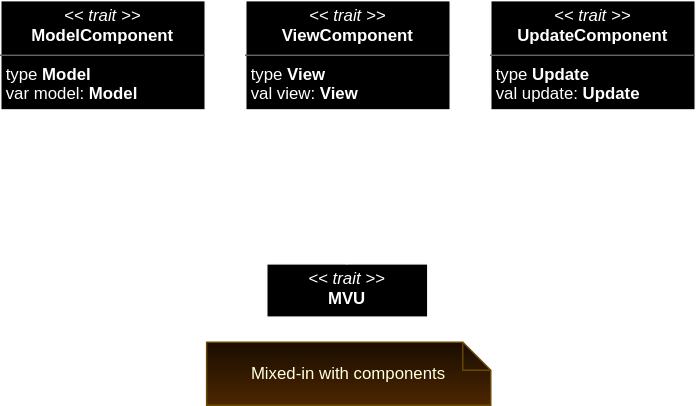
Before: doc/diagrams/mvu/mvu-detailed.svg, a diagram exported from draw.io (Mala1180/PPS-22-satify). Source tidied: cells renumbered, new cells last; positions are measured from the earlier drawing's top-left corner, leaving out a move shared by most shapes. The source it was exported from:
```xml
<mxGraphModel>
  <root>
    <mxCell id="0" />
    <mxCell id="1" parent="0" />
    <mxCell id="2" value="&lt;p style=&quot;margin:0px;margin-top:4px;text-align:center;&quot;&gt;&lt;i&gt;&amp;lt;&amp;lt; trait &amp;gt;&amp;gt;&lt;/i&gt;&lt;br&gt;&lt;b&gt;ModelComponent&lt;/b&gt;&lt;br&gt;&lt;/p&gt;&lt;hr size=&quot;1&quot;&gt;&lt;p style=&quot;margin:0px;margin-left:4px;&quot;&gt;type &lt;b&gt;Model&lt;/b&gt;&lt;/p&gt;&lt;p style=&quot;margin:0px;margin-left:4px;&quot;&gt;var model: &lt;b&gt;Model&lt;/b&gt;&lt;/p&gt;" style="verticalAlign=top;align=left;overflow=fill;fontSize=12;fontFamily=Helvetica;html=1;whiteSpace=wrap;" parent="1" vertex="1">
      <mxGeometry width="146" height="78" as="geometry" />
    </mxCell>
    <mxCell id="3" value="&lt;p style=&quot;margin:0px;margin-top:4px;text-align:center;&quot;&gt;&lt;i&gt;&amp;lt;&amp;lt; trait &amp;gt;&amp;gt;&lt;/i&gt;&lt;br&gt;&lt;b&gt;ViewComponent&lt;/b&gt;&lt;br&gt;&lt;/p&gt;&lt;hr size=&quot;1&quot;&gt;&lt;p style=&quot;margin:0px;margin-left:4px;&quot;&gt;type &lt;b&gt;View&lt;/b&gt;&lt;/p&gt;&lt;p style=&quot;margin:0px;margin-left:4px;&quot;&gt;val view: &lt;b&gt;View&lt;/b&gt;&lt;/p&gt;" style="verticalAlign=top;align=left;overflow=fill;fontSize=12;fontFamily=Helvetica;html=1;whiteSpace=wrap;" parent="1" vertex="1">
      <mxGeometry x="175" width="146" height="78" as="geometry" />
    </mxCell>
    <mxCell id="4" value="&lt;p style=&quot;margin:0px;margin-top:4px;text-align:center;&quot;&gt;&lt;i&gt;&amp;lt;&amp;lt; trait &amp;gt;&amp;gt;&lt;/i&gt;&lt;br&gt;&lt;b&gt;UpdateComponent&lt;/b&gt;&lt;br&gt;&lt;/p&gt;&lt;hr size=&quot;1&quot;&gt;&lt;p style=&quot;margin:0px;margin-left:4px;&quot;&gt;type &lt;b&gt;Update&lt;/b&gt;&lt;/p&gt;&lt;p style=&quot;margin:0px;margin-left:4px;&quot;&gt;val update: &lt;b&gt;Update&lt;/b&gt;&lt;/p&gt;" style="verticalAlign=top;align=left;overflow=fill;fontSize=12;fontFamily=Helvetica;html=1;whiteSpace=wrap;" parent="1" vertex="1">
      <mxGeometry x="350" width="146" height="78" as="geometry" />
    </mxCell>
    <mxCell id="5" value="&lt;p style=&quot;margin:0px;margin-top:4px;text-align:center;&quot;&gt;&lt;i&gt;&amp;lt;&amp;lt; trait &amp;gt;&amp;gt;&lt;/i&gt;&lt;br&gt;&lt;b&gt;MVU&lt;/b&gt;&lt;br&gt;&lt;/p&gt;&lt;p style=&quot;margin:0px;margin-left:4px;&quot;&gt;&lt;br&gt;&lt;/p&gt;" style="verticalAlign=top;align=left;overflow=fill;fontSize=12;fontFamily=Helvetica;html=1;whiteSpace=wrap;" parent="1" vertex="1">
      <mxGeometry x="190" y="188" width="115" height="38" as="geometry" />
    </mxCell>
    <mxCell id="6" style="endArrow=block;endSize=16;endFill=0;html=1;rounded=0;exitX=0.5;exitY=0;exitDx=0;exitDy=0;entryX=0.5;entryY=1;entryDx=0;entryDy=0;fontFamily=Helvetica;" parent="1" edge="1" source="5" target="3">
      <mxGeometry relative="1" as="geometry" />
    </mxCell>
    <mxCell id="7" style="endArrow=block;endSize=16;endFill=0;html=1;rounded=0;entryX=0.5;entryY=1;entryDx=0;entryDy=0;exitX=0.5;exitY=0;exitDx=0;exitDy=0;fontFamily=Helvetica;" parent="1" edge="1" source="5" target="2">
      <mxGeometry relative="1" as="geometry" />
    </mxCell>
    <mxCell id="8" style="endArrow=block;endSize=16;endFill=0;html=1;rounded=0;entryX=0.5;entryY=1;entryDx=0;entryDy=0;exitX=0.5;exitY=0;exitDx=0;exitDy=0;fontFamily=Helvetica;" parent="1" edge="1" source="5" target="4">
      <mxGeometry relative="1" as="geometry" />
    </mxCell>
    <mxCell id="9" value="Mixed-in with components" style="shape=note;size=20;whiteSpace=wrap;html=1;fillColor=#fff2cc;strokeColor=#d6b656;gradientColor=#ffd966;fontFamily=Helvetica;" parent="1" vertex="1">
      <mxGeometry x="147" y="244" width="203" height="45" as="geometry" />
    </mxCell>
  </root>
</mxGraphModel>
```
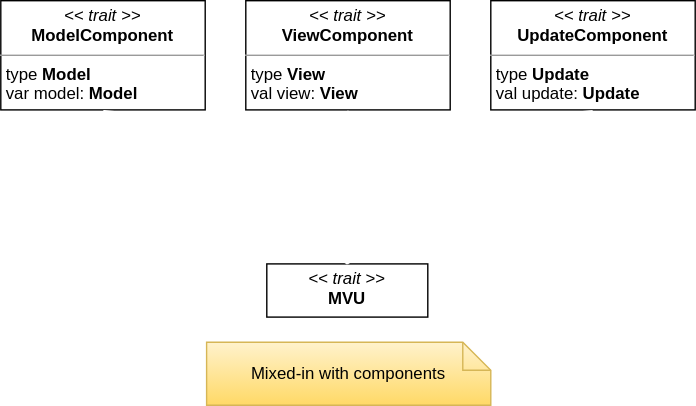
The same diagram one commit later.

Commit message:
docs: modify mvu detailed svg

The edit, as a diff of the source:
```diff
@@ -2,28 +2,28 @@
   <root>
     <mxCell id="0" />
     <mxCell id="1" parent="0" />
-    <mxCell id="2" value="&lt;p style=&quot;margin:0px;margin-top:4px;text-align:center;&quot;&gt;&lt;i&gt;&amp;lt;&amp;lt; trait &amp;gt;&amp;gt;&lt;/i&gt;&lt;br&gt;&lt;b&gt;ModelComponent&lt;/b&gt;&lt;br&gt;&lt;/p&gt;&lt;hr size=&quot;1&quot;&gt;&lt;p style=&quot;margin:0px;margin-left:4px;&quot;&gt;type &lt;b&gt;Model&lt;/b&gt;&lt;/p&gt;&lt;p style=&quot;margin:0px;margin-left:4px;&quot;&gt;var model: &lt;b&gt;Model&lt;/b&gt;&lt;/p&gt;" style="verticalAlign=top;align=left;overflow=fill;fontSize=12;fontFamily=Helvetica;html=1;whiteSpace=wrap;" parent="1" vertex="1">
+    <mxCell id="2" value="&lt;p style=&quot;margin:0px;margin-top:4px;text-align:center;&quot;&gt;&lt;i&gt;&amp;lt;&amp;lt; trait &amp;gt;&amp;gt;&lt;/i&gt;&lt;br&gt;&lt;b&gt;ModelComponent&lt;/b&gt;&lt;br&gt;&lt;/p&gt;&lt;hr size=&quot;1&quot;&gt;&lt;p style=&quot;margin:0px;margin-left:4px;&quot;&gt;type &lt;b&gt;Model&lt;/b&gt;&lt;/p&gt;&lt;p style=&quot;margin:0px;margin-left:4px;&quot;&gt;var model: &lt;b&gt;Model&lt;/b&gt;&lt;/p&gt;" style="verticalAlign=top;align=left;overflow=fill;fontSize=12;fontFamily=Helvetica;html=1;whiteSpace=wrap;rounded=0;" parent="1" vertex="1">
       <mxGeometry width="146" height="78" as="geometry" />
     </mxCell>
-    <mxCell id="3" value="&lt;p style=&quot;margin:0px;margin-top:4px;text-align:center;&quot;&gt;&lt;i&gt;&amp;lt;&amp;lt; trait &amp;gt;&amp;gt;&lt;/i&gt;&lt;br&gt;&lt;b&gt;ViewComponent&lt;/b&gt;&lt;br&gt;&lt;/p&gt;&lt;hr size=&quot;1&quot;&gt;&lt;p style=&quot;margin:0px;margin-left:4px;&quot;&gt;type &lt;b&gt;View&lt;/b&gt;&lt;/p&gt;&lt;p style=&quot;margin:0px;margin-left:4px;&quot;&gt;val view: &lt;b&gt;View&lt;/b&gt;&lt;/p&gt;" style="verticalAlign=top;align=left;overflow=fill;fontSize=12;fontFamily=Helvetica;html=1;whiteSpace=wrap;" parent="1" vertex="1">
+    <mxCell id="3" value="&lt;p style=&quot;margin:0px;margin-top:4px;text-align:center;&quot;&gt;&lt;i&gt;&amp;lt;&amp;lt; trait &amp;gt;&amp;gt;&lt;/i&gt;&lt;br&gt;&lt;b&gt;ViewComponent&lt;/b&gt;&lt;br&gt;&lt;/p&gt;&lt;hr size=&quot;1&quot;&gt;&lt;p style=&quot;margin:0px;margin-left:4px;&quot;&gt;type &lt;b&gt;View&lt;/b&gt;&lt;/p&gt;&lt;p style=&quot;margin:0px;margin-left:4px;&quot;&gt;val view: &lt;b&gt;View&lt;/b&gt;&lt;/p&gt;" style="verticalAlign=top;align=left;overflow=fill;fontSize=12;fontFamily=Helvetica;html=1;whiteSpace=wrap;rounded=0;" parent="1" vertex="1">
       <mxGeometry x="175" width="146" height="78" as="geometry" />
     </mxCell>
-    <mxCell id="4" value="&lt;p style=&quot;margin:0px;margin-top:4px;text-align:center;&quot;&gt;&lt;i&gt;&amp;lt;&amp;lt; trait &amp;gt;&amp;gt;&lt;/i&gt;&lt;br&gt;&lt;b&gt;UpdateComponent&lt;/b&gt;&lt;br&gt;&lt;/p&gt;&lt;hr size=&quot;1&quot;&gt;&lt;p style=&quot;margin:0px;margin-left:4px;&quot;&gt;type &lt;b&gt;Update&lt;/b&gt;&lt;/p&gt;&lt;p style=&quot;margin:0px;margin-left:4px;&quot;&gt;val update: &lt;b&gt;Update&lt;/b&gt;&lt;/p&gt;" style="verticalAlign=top;align=left;overflow=fill;fontSize=12;fontFamily=Helvetica;html=1;whiteSpace=wrap;" parent="1" vertex="1">
+    <mxCell id="4" value="&lt;p style=&quot;margin:0px;margin-top:4px;text-align:center;&quot;&gt;&lt;i&gt;&amp;lt;&amp;lt; trait &amp;gt;&amp;gt;&lt;/i&gt;&lt;br&gt;&lt;b&gt;UpdateComponent&lt;/b&gt;&lt;br&gt;&lt;/p&gt;&lt;hr size=&quot;1&quot;&gt;&lt;p style=&quot;margin:0px;margin-left:4px;&quot;&gt;type &lt;b&gt;Update&lt;/b&gt;&lt;/p&gt;&lt;p style=&quot;margin:0px;margin-left:4px;&quot;&gt;val update: &lt;b&gt;Update&lt;/b&gt;&lt;/p&gt;" style="verticalAlign=top;align=left;overflow=fill;fontSize=12;fontFamily=Helvetica;html=1;whiteSpace=wrap;rounded=0;" parent="1" vertex="1">
       <mxGeometry x="350" width="146" height="78" as="geometry" />
     </mxCell>
-    <mxCell id="5" value="&lt;p style=&quot;margin:0px;margin-top:4px;text-align:center;&quot;&gt;&lt;i&gt;&amp;lt;&amp;lt; trait &amp;gt;&amp;gt;&lt;/i&gt;&lt;br&gt;&lt;b&gt;MVU&lt;/b&gt;&lt;br&gt;&lt;/p&gt;&lt;p style=&quot;margin:0px;margin-left:4px;&quot;&gt;&lt;br&gt;&lt;/p&gt;" style="verticalAlign=top;align=left;overflow=fill;fontSize=12;fontFamily=Helvetica;html=1;whiteSpace=wrap;" parent="1" vertex="1">
+    <mxCell id="5" value="&lt;p style=&quot;margin:0px;margin-top:4px;text-align:center;&quot;&gt;&lt;i&gt;&amp;lt;&amp;lt; trait &amp;gt;&amp;gt;&lt;/i&gt;&lt;br&gt;&lt;b&gt;MVU&lt;/b&gt;&lt;br&gt;&lt;/p&gt;&lt;p style=&quot;margin:0px;margin-left:4px;&quot;&gt;&lt;br&gt;&lt;/p&gt;" style="verticalAlign=top;align=left;overflow=fill;fontSize=12;fontFamily=Helvetica;html=1;whiteSpace=wrap;rounded=0;" parent="1" vertex="1">
       <mxGeometry x="190" y="188" width="115" height="38" as="geometry" />
     </mxCell>
-    <mxCell id="6" style="endArrow=block;endSize=16;endFill=0;html=1;rounded=0;exitX=0.5;exitY=0;exitDx=0;exitDy=0;entryX=0.5;entryY=1;entryDx=0;entryDy=0;fontFamily=Helvetica;" parent="1" edge="1" source="5" target="3">
+    <mxCell id="6" style="endArrow=block;endSize=16;endFill=0;html=1;rounded=0;exitX=0.5;exitY=0;exitDx=0;exitDy=0;entryX=0.5;entryY=1;entryDx=0;entryDy=0;fillColor=#ffe6cc;strokeColor=#FFFFFF;" parent="1" edge="1" source="5" target="3">
       <mxGeometry relative="1" as="geometry" />
     </mxCell>
-    <mxCell id="7" style="endArrow=block;endSize=16;endFill=0;html=1;rounded=0;entryX=0.5;entryY=1;entryDx=0;entryDy=0;exitX=0.5;exitY=0;exitDx=0;exitDy=0;fontFamily=Helvetica;" parent="1" edge="1" source="5" target="2">
+    <mxCell id="7" style="endArrow=block;endSize=16;endFill=0;html=1;rounded=0;entryX=0.5;entryY=1;entryDx=0;entryDy=0;exitX=0.5;exitY=0;exitDx=0;exitDy=0;fillColor=#ffe6cc;strokeColor=#FFFFFF;" parent="1" edge="1" source="5" target="2">
       <mxGeometry relative="1" as="geometry" />
     </mxCell>
-    <mxCell id="8" style="endArrow=block;endSize=16;endFill=0;html=1;rounded=0;entryX=0.5;entryY=1;entryDx=0;entryDy=0;exitX=0.5;exitY=0;exitDx=0;exitDy=0;fontFamily=Helvetica;" parent="1" edge="1" source="5" target="4">
+    <mxCell id="8" style="endArrow=block;endSize=16;endFill=0;html=1;rounded=0;entryX=0.5;entryY=1;entryDx=0;entryDy=0;exitX=0.5;exitY=0;exitDx=0;exitDy=0;fillColor=#ffe6cc;strokeColor=#FFFFFF;" parent="1" edge="1" source="5" target="4">
       <mxGeometry relative="1" as="geometry" />
     </mxCell>
-    <mxCell id="9" value="Mixed-in with components" style="shape=note;size=20;whiteSpace=wrap;html=1;fillColor=#fff2cc;strokeColor=#d6b656;gradientColor=#ffd966;fontFamily=Helvetica;" parent="1" vertex="1">
+    <mxCell id="9" value="Mixed-in with components" style="shape=note;size=20;whiteSpace=wrap;html=1;fillColor=#fff2cc;strokeColor=#d6b656;gradientColor=#ffd966;rounded=0;" parent="1" vertex="1">
       <mxGeometry x="147" y="244" width="203" height="45" as="geometry" />
     </mxCell>
   </root>
```
